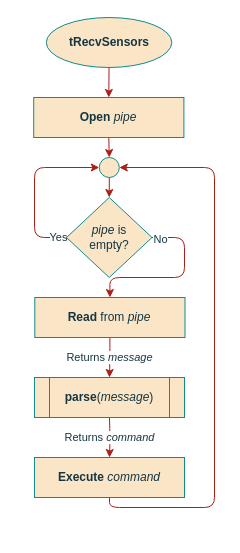
Before: page "tRecvSensors" (14 of 14) of project/report/flowcharts/tLampControl.drawio in ESRGgroup9/slipad, a draw.io diagram. Source tidied: cells renumbered, new cells numbered last; positions are measured from the earlier drawing's top-left corner, leaving out a move shared by most shapes. Both pictures are drawn from the tidied source at 100%, with x=0, y=0 at pixel (33, 17).
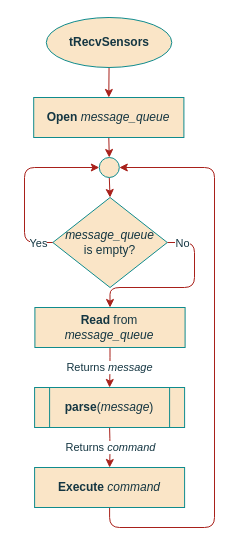
The same page after the edit.

The change refers to these unchanged cells:
```xml
<mxCell id="16" style="ellipse;whiteSpace=wrap;html=1;rounded=0;sketch=0;fontColor=#143642;strokeColor=#0F8B8D;fillColor=#FAE5C7;" parent="1" vertex="1">
  <mxGeometry x="65.8" y="140" width="20" height="20" as="geometry" />
</mxCell>
```

Change to the diagram source:
```diff
@@
-    <mxCell id="5" value="&lt;b&gt;Read&lt;/b&gt; from &lt;i&gt;pipe&lt;/i&gt;" style="rounded=0;whiteSpace=wrap;html=1;sketch=0;fontColor=#143642;strokeColor=#0F8B8D;fillColor=#FAE5C7;" parent="1" vertex="1">
-      <mxGeometry x="1.3" y="280" width="150.2" height="40" as="geometry" />
+    <mxCell id="5" value="&lt;b&gt;Read&lt;/b&gt; from &lt;i&gt;message_queue&lt;/i&gt;" style="rounded=0;whiteSpace=wrap;html=1;sketch=0;fontColor=#143642;strokeColor=#0F8B8D;fillColor=#FAE5C7;" parent="1" vertex="1">
+      <mxGeometry x="1.4" y="290" width="150.2" height="40" as="geometry" />
     </mxCell>
     <mxCell id="6" value="Returns &lt;i&gt;command&lt;/i&gt;" style="edgeStyle=orthogonalEdgeStyle;curved=0;rounded=1;sketch=0;jettySize=auto;html=1;exitX=0.5;exitY=1;exitDx=0;exitDy=0;fontColor=#143642;strokeColor=#A8201A;fillColor=#FAE5C7;entryX=0.5;entryY=0;entryDx=0;entryDy=0;" parent="1" edge="1" target="9">
       <mxGeometry relative="1" as="geometry">
-        <mxPoint x="76" y="400" as="sourcePoint" />
+        <mxPoint x="76.1" y="410" as="sourcePoint" />
       </mxGeometry>
     </mxCell>
     <mxCell id="7" value="&lt;b&gt;parse&lt;/b&gt;(&lt;i&gt;message&lt;/i&gt;)" style="shape=process;whiteSpace=wrap;html=1;backgroundOutline=1;rounded=0;sketch=0;fontColor=#143642;strokeColor=#0F8B8D;fillColor=#FAE5C7;" parent="1" vertex="1">
-      <mxGeometry x="1" y="360" width="150" height="40" as="geometry" />
+      <mxGeometry x="1.1" y="370" width="150" height="40" as="geometry" />
     </mxCell>
     <mxCell id="8" style="edgeStyle=orthogonalEdgeStyle;curved=0;rounded=1;sketch=0;jettySize=auto;html=1;exitX=0.5;exitY=1;exitDx=0;exitDy=0;entryX=1;entryY=0.5;entryDx=0;entryDy=0;fontSize=11;fontColor=#143642;strokeColor=#A8201A;fillColor=#FAE5C7;" parent="1" edge="1" source="9" target="16">
       <mxGeometry relative="1" as="geometry">
         <Array as="points">
-          <mxPoint x="76" y="490" />
-          <mxPoint x="181" y="490" />
+          <mxPoint x="76" y="510" />
+          <mxPoint x="181" y="510" />
           <mxPoint x="181" y="150" />
         </Array>
       </mxGeometry>
     </mxCell>
     <mxCell id="9" value="&lt;b&gt;Execute&lt;/b&gt; &lt;i&gt;command&lt;/i&gt;" style="rounded=0;whiteSpace=wrap;html=1;sketch=0;fontColor=#143642;strokeColor=#0F8B8D;fillColor=#FAE5C7;" parent="1" vertex="1">
-      <mxGeometry x="1" y="440" width="150" height="40" as="geometry" />
+      <mxGeometry x="1.1" y="450" width="150" height="40" as="geometry" />
     </mxCell>
     <mxCell id="10" style="edgeStyle=orthogonalEdgeStyle;curved=0;rounded=1;sketch=0;jettySize=auto;html=1;exitX=1;exitY=0.5;exitDx=0;exitDy=0;fontSize=11;fontColor=#143642;strokeColor=#A8201A;fillColor=#FAE5C7;entryX=0.5;entryY=0;entryDx=0;entryDy=0;" parent="1" edge="1" source="14" target="5">
       <mxGeometry relative="1" as="geometry">
         <Array as="points">
-          <mxPoint x="151" y="220" />
-          <mxPoint x="151" y="260" />
-          <mxPoint x="76" y="260" />
+          <mxPoint x="161" y="225" />
+          <mxPoint x="161" y="270" />
+          <mxPoint x="76" y="270" />
         </Array>
       </mxGeometry>
     </mxCell>
     <mxCell id="11" value="No" style="edgeLabel;html=1;align=center;verticalAlign=middle;fontSize=11;fontColor=#143642;" parent="10" vertex="1">
-      <mxGeometry x="-0.91" y="-1" relative="1" as="geometry" />
+      <mxGeometry x="-0.91" y="-1" relative="1" as="geometry">
+        <mxPoint x="7" y="-1" as="offset" />
+      </mxGeometry>
     </mxCell>
     <mxCell id="12" style="edgeStyle=orthogonalEdgeStyle;curved=0;rounded=1;sketch=0;jettySize=auto;html=1;exitX=0;exitY=0.5;exitDx=0;exitDy=0;entryX=0;entryY=0.5;entryDx=0;entryDy=0;fontSize=11;fontColor=#143642;strokeColor=#A8201A;fillColor=#FAE5C7;" parent="1" edge="1" source="14" target="16">
       <mxGeometry relative="1" as="geometry">
         <Array as="points">
-          <mxPoint x="1" y="220" />
-          <mxPoint x="1" y="150" />
+          <mxPoint x="-9" y="225" />
+          <mxPoint x="-9" y="150" />
         </Array>
       </mxGeometry>
     </mxCell>
     <mxCell id="13" value="Yes" style="edgeLabel;html=1;align=center;verticalAlign=middle;fontSize=11;fontColor=#143642;" parent="12" vertex="1">
-      <mxGeometry x="-0.89" y="-1" relative="1" as="geometry" />
+      <mxGeometry x="-0.89" y="-1" relative="1" as="geometry">
+        <mxPoint x="-5" y="1" as="offset" />
+      </mxGeometry>
     </mxCell>
-    <mxCell id="14" value="&lt;div&gt;&lt;i&gt;pipe&lt;/i&gt; is&lt;/div&gt;&lt;div&gt;empty?&lt;/div&gt;" style="rhombus;whiteSpace=wrap;html=1;rounded=0;sketch=0;fontColor=#143642;strokeColor=#0F8B8D;fillColor=#FAE5C7;" parent="1" vertex="1">
-      <mxGeometry x="33" y="180" width="85.5" height="80" as="geometry" />
+    <mxCell id="14" value="&lt;div&gt;&lt;i&gt;message_queue&lt;/i&gt;&lt;br&gt;&lt;/div&gt;&lt;div&gt;is empty?&lt;/div&gt;" style="rhombus;whiteSpace=wrap;html=1;rounded=0;sketch=0;fontColor=#143642;strokeColor=#0F8B8D;fillColor=#FAE5C7;" parent="1" vertex="1">
+      <mxGeometry x="19.3" y="180" width="114.5" height="90" as="geometry" />
     </mxCell>
@@
-    <mxCell id="18" value="&lt;b&gt;Open &lt;/b&gt;&lt;i&gt;pipe&lt;/i&gt;" style="rounded=0;whiteSpace=wrap;html=1;sketch=0;fontColor=#143642;strokeColor=#0F8B8D;fillColor=#FAE5C7;" parent="1" vertex="1">
+    <mxCell id="18" value="&lt;b&gt;Open &lt;/b&gt;&lt;i&gt;message_queue&lt;/i&gt;" style="rounded=0;whiteSpace=wrap;html=1;sketch=0;fontColor=#143642;strokeColor=#0F8B8D;fillColor=#FAE5C7;" parent="1" vertex="1">
       <mxGeometry x="0.2" y="80" width="150.2" height="40" as="geometry" />
     </mxCell>
```
